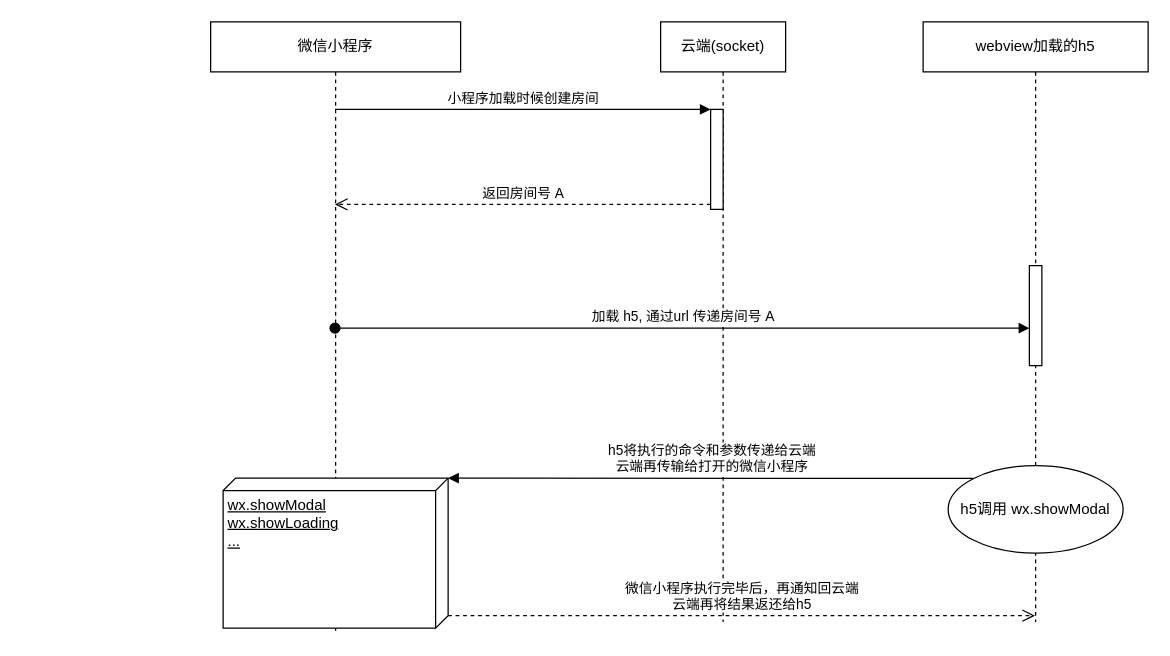
Above: page "小程序-h5通讯架构设计" (4 of 4) of Untitled Diagram.drawio in clevok/static (draw.io), before the change. Source tidied: cells renumbered, new cells numbered last; positions are measured from the earlier drawing's top-left corner, leaving out a move shared by most shapes. Both pictures are drawn from the tidied source at 125%, with x=0, y=0 at pixel (210, 21).
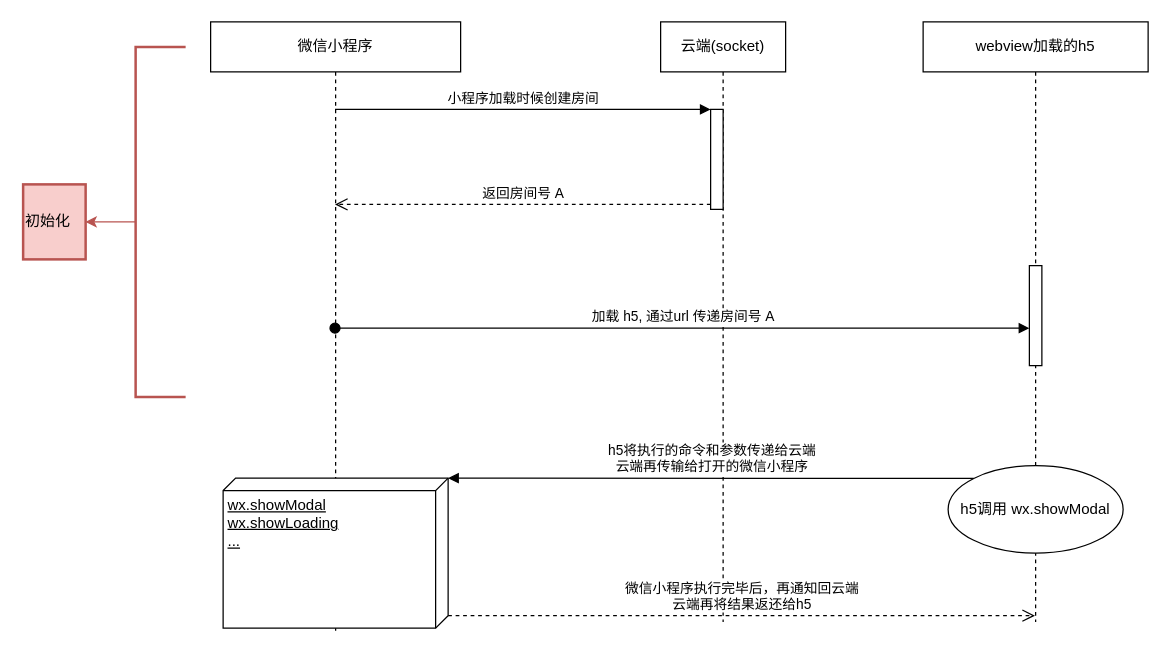
Above is the later version.

Change to the diagram source:
```diff
@@
 <mxGraphModel>
   <root>
     <mxCell id="0" />
     <mxCell id="1" parent="0" />
     <mxCell id="2" value="webview加载的h5" style="shape=umlLifeline;perimeter=lifelinePerimeter;whiteSpace=wrap;html=1;outlineConnect=0;" parent="1" vertex="1">
       <mxGeometry x="570" width="180" height="480" as="geometry" />
     </mxCell>
     <mxCell id="3" style="html=1;points=[];perimeter=orthogonalPerimeter;" parent="2" vertex="1">
       <mxGeometry x="85" y="195" width="10" height="80" as="geometry" />
     </mxCell>
     <mxCell id="4" value="h5调用 wx.showModal" style="ellipse;whiteSpace=wrap;html=1;" parent="2" vertex="1">
       <mxGeometry x="20" y="355" width="140" height="70" as="geometry" />
     </mxCell>
     <mxCell id="5" value="微信小程序" style="shape=umlLifeline;perimeter=lifelinePerimeter;whiteSpace=wrap;html=1;outlineConnect=0;" parent="1" vertex="1">
       <mxGeometry width="200" height="490" as="geometry" />
     </mxCell>
     <mxCell id="6" value="wx.showModal&lt;br&gt;wx.showLoading&lt;br&gt;..." style="verticalAlign=top;align=left;spacingTop=8;spacingLeft=2;spacingRight=12;shape=cube;size=10;direction=south;fontStyle=4;html=1;" parent="5" vertex="1">
       <mxGeometry x="10" y="365" width="180" height="120" as="geometry" />
     </mxCell>
     <mxCell id="7" value="云端(socket)" style="shape=umlLifeline;perimeter=lifelinePerimeter;whiteSpace=wrap;html=1;" parent="1" vertex="1">
       <mxGeometry x="360" width="100" height="480" as="geometry" />
     </mxCell>
     <mxCell id="8" style="html=1;points=[];perimeter=orthogonalPerimeter;" parent="7" vertex="1">
       <mxGeometry x="40" y="70" width="10" height="80" as="geometry" />
     </mxCell>
     <mxCell id="9" value="小程序加载时候创建房间" style="html=1;verticalAlign=bottom;endArrow=block;entryX=0;entryY=0;rounded=0;" parent="1" edge="1" source="5" target="8">
       <mxGeometry relative="1" as="geometry" />
     </mxCell>
     <mxCell id="10" value="返回房间号 A" style="html=1;verticalAlign=bottom;endArrow=open;dashed=1;endSize=8;exitX=0;exitY=0.95;rounded=0;" parent="1" edge="1" source="8" target="5">
       <mxGeometry relative="1" as="geometry" />
     </mxCell>
     <mxCell id="11" value="加载 h5, 通过url 传递房间号 A" style="html=1;verticalAlign=bottom;startArrow=oval;endArrow=block;startSize=8;rounded=0;" parent="1" edge="1" source="5" target="3">
       <mxGeometry relative="1" as="geometry" />
     </mxCell>
     <mxCell id="12" value="h5将执行的命令和参数传递给云端&lt;br&gt;云端再传输给打开的微信小程序" style="html=1;verticalAlign=bottom;endArrow=block;rounded=0;exitX=0;exitY=0;exitDx=0;exitDy=0;entryX=0;entryY=0;entryDx=0;entryDy=0;entryPerimeter=0;" parent="1" edge="1" source="4" target="6">
       <mxGeometry relative="1" as="geometry" />
     </mxCell>
     <mxCell id="13" value="微信小程序执行完毕后，再通知回云端&lt;br&gt;云端再将结果返还给h5" style="html=1;verticalAlign=bottom;endArrow=open;dashed=1;endSize=8;rounded=0;exitX=0;exitY=0;exitDx=110;exitDy=0;exitPerimeter=0;" parent="1" edge="1" source="6" target="2">
       <mxGeometry relative="1" as="geometry" />
     </mxCell>
+    <mxCell id="14" style="edgeStyle=orthogonalEdgeStyle;rounded=0;jettySize=auto;html=1;fillColor=#f8cecc;strokeColor=#b85450;" parent="1" edge="1" source="15" target="16">
+      <mxGeometry relative="1" as="geometry" />
+    </mxCell>
+    <mxCell id="15" style="strokeWidth=2;html=1;shape=mxgraph.flowchart.annotation_1;align=left;fillColor=#f8cecc;strokeColor=#b85450;" parent="1" vertex="1">
+      <mxGeometry x="-60" y="20" width="40" height="280" as="geometry" />
+    </mxCell>
+    <mxCell id="16" value="初始化" style="whiteSpace=wrap;html=1;align=left;strokeWidth=2;fillColor=#f8cecc;strokeColor=#b85450;" parent="1" vertex="1">
+      <mxGeometry x="-150" y="130" width="50" height="60" as="geometry" />
+    </mxCell>
   </root>
 </mxGraphModel>
```
